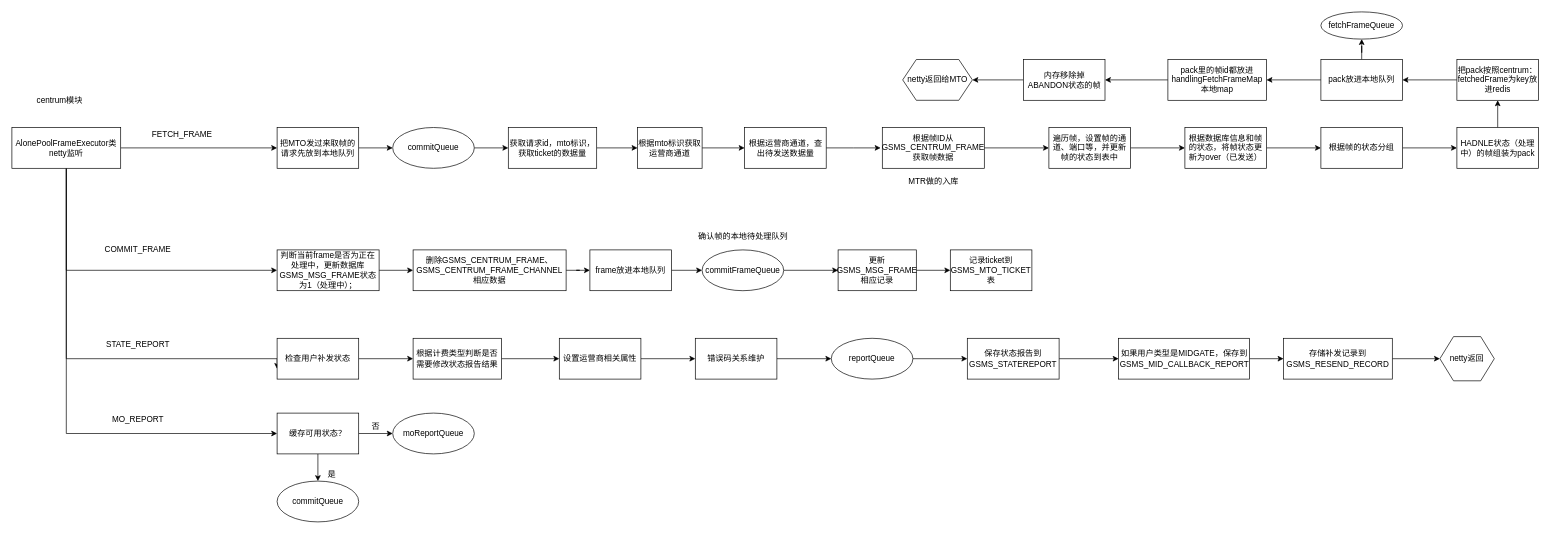
Before: Centrum获取帧.drawio in 511733119/Git-, a draw.io diagram. Source tidied: cells renumbered, new cells numbered last; positions are measured from the earlier drawing's top-left corner, leaving out a move shared by most shapes. Both pictures are drawn from the tidied source at 68%, with x=0, y=0 at pixel (12, 12).
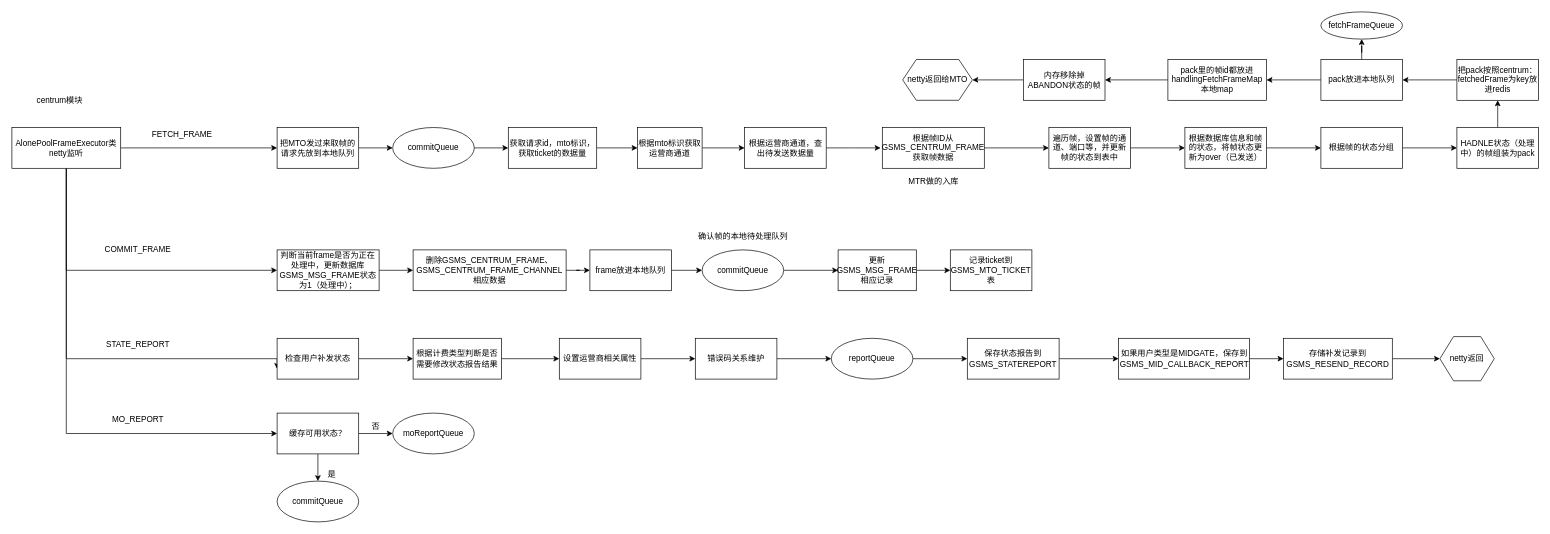
Above is the later version.

Commit message (it also covers changes not shown here):
更新Centrum获取帧.drawio

Change to the diagram source:
```diff
@@
-    <mxCell id="48" value="commitFrameQueue" style="ellipse;whiteSpace=wrap;html=1;" parent="1" vertex="1">
+    <mxCell id="48" value="commitQueue" style="ellipse;whiteSpace=wrap;html=1;" parent="1" vertex="1">
       <mxGeometry x="1015" y="350" width="120" height="60" as="geometry" />
     </mxCell>
```
